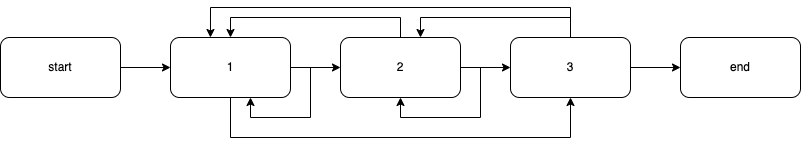
Before: dfa.png, a diagram exported from draw.io (songzhibin97/dfa). Source tidied: cells renumbered, new cells last; positions are measured from the earlier drawing's top-left corner, leaving out a move shared by most shapes. Its diagram source:
```xml
<mxGraphModel>
  <root>
    <mxCell id="0" />
    <mxCell id="1" parent="0" />
    <mxCell id="2" style="edgeStyle=orthogonalEdgeStyle;rounded=0;jettySize=auto;html=1;entryX=0;entryY=0.5;entryDx=0;entryDy=0;" parent="1" edge="1" source="3" target="6">
      <mxGeometry relative="1" as="geometry" />
    </mxCell>
    <mxCell id="3" value="start" style="rounded=1;whiteSpace=wrap;html=1;" parent="1" vertex="1">
      <mxGeometry y="30" width="120" height="60" as="geometry" />
    </mxCell>
    <mxCell id="4" style="edgeStyle=orthogonalEdgeStyle;rounded=0;jettySize=auto;html=1;exitX=1;exitY=0.5;exitDx=0;exitDy=0;" parent="1" edge="1" source="6" target="10">
      <mxGeometry relative="1" as="geometry" />
    </mxCell>
    <mxCell id="5" style="edgeStyle=orthogonalEdgeStyle;rounded=0;jettySize=auto;html=1;entryX=0.5;entryY=1;entryDx=0;entryDy=0;" parent="1" edge="1" source="6" target="14">
      <mxGeometry relative="1" as="geometry">
        <Array as="points">
          <mxPoint x="230" y="130" />
          <mxPoint x="570" y="130" />
        </Array>
      </mxGeometry>
    </mxCell>
    <mxCell id="6" value="1" style="rounded=1;whiteSpace=wrap;html=1;" parent="1" vertex="1">
      <mxGeometry x="170" y="30" width="120" height="60" as="geometry" />
    </mxCell>
    <mxCell id="7" style="edgeStyle=orthogonalEdgeStyle;rounded=0;jettySize=auto;html=1;exitX=1;exitY=0.5;exitDx=0;exitDy=0;entryX=0;entryY=0.5;entryDx=0;entryDy=0;" parent="1" edge="1" source="10" target="14">
      <mxGeometry relative="1" as="geometry" />
    </mxCell>
    <mxCell id="8" style="edgeStyle=orthogonalEdgeStyle;rounded=0;jettySize=auto;html=1;entryX=0.5;entryY=0;entryDx=0;entryDy=0;" parent="1" edge="1" source="10" target="6">
      <mxGeometry relative="1" as="geometry">
        <Array as="points">
          <mxPoint x="400" y="10" />
          <mxPoint x="230" y="10" />
        </Array>
      </mxGeometry>
    </mxCell>
    <mxCell id="9" style="edgeStyle=orthogonalEdgeStyle;rounded=0;orthogonalLoop=1;jettySize=auto;html=1;" parent="1" edge="1" source="10" target="10">
      <mxGeometry relative="1" as="geometry">
        <Array as="points">
          <mxPoint x="480" y="60" />
          <mxPoint x="480" y="110" />
          <mxPoint x="400" y="110" />
        </Array>
      </mxGeometry>
    </mxCell>
    <mxCell id="10" value="2" style="rounded=1;whiteSpace=wrap;html=1;" parent="1" vertex="1">
      <mxGeometry x="340" y="30" width="120" height="60" as="geometry" />
    </mxCell>
    <mxCell id="11" style="edgeStyle=orthogonalEdgeStyle;rounded=0;jettySize=auto;html=1;" parent="1" edge="1" source="14" target="15">
      <mxGeometry relative="1" as="geometry" />
    </mxCell>
    <mxCell id="12" style="edgeStyle=orthogonalEdgeStyle;rounded=0;jettySize=auto;html=1;entryX=0.333;entryY=0;entryDx=0;entryDy=0;entryPerimeter=0;" parent="1" edge="1" source="14" target="6">
      <mxGeometry relative="1" as="geometry">
        <Array as="points">
          <mxPoint x="570" />
          <mxPoint x="210" />
        </Array>
      </mxGeometry>
    </mxCell>
    <mxCell id="13" style="edgeStyle=orthogonalEdgeStyle;rounded=0;jettySize=auto;html=1;exitX=0.5;exitY=0;exitDx=0;exitDy=0;" parent="1" edge="1" source="14" target="10">
      <mxGeometry relative="1" as="geometry">
        <Array as="points">
          <mxPoint x="570" y="10" />
          <mxPoint x="420" y="10" />
        </Array>
      </mxGeometry>
    </mxCell>
    <mxCell id="14" value="3" style="rounded=1;whiteSpace=wrap;html=1;" parent="1" vertex="1">
      <mxGeometry x="510" y="30" width="120" height="60" as="geometry" />
    </mxCell>
    <mxCell id="15" value="end" style="rounded=1;whiteSpace=wrap;html=1;" parent="1" vertex="1">
      <mxGeometry x="680" y="30" width="120" height="60" as="geometry" />
    </mxCell>
    <mxCell id="16" style="edgeStyle=orthogonalEdgeStyle;rounded=0;orthogonalLoop=1;jettySize=auto;html=1;exitX=1;exitY=0.5;exitDx=0;exitDy=0;" parent="1" edge="1" source="6" target="6">
      <mxGeometry relative="1" as="geometry">
        <Array as="points">
          <mxPoint x="310" y="60" />
          <mxPoint x="310" y="110" />
          <mxPoint x="250" y="110" />
        </Array>
      </mxGeometry>
    </mxCell>
  </root>
</mxGraphModel>
```
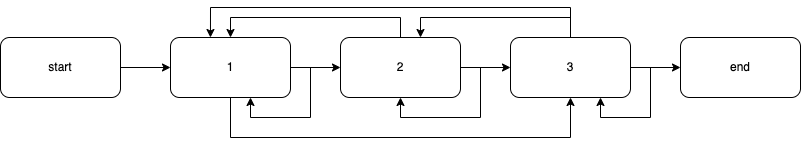
After the change.

Diff of the diagram source:
```diff
@@ -79,5 +79,8 @@
         </Array>
       </mxGeometry>
     </mxCell>
+    <mxCell id="17" style="edgeStyle=orthogonalEdgeStyle;rounded=0;orthogonalLoop=1;jettySize=auto;html=1;exitX=1;exitY=0.5;exitDx=0;exitDy=0;entryX=0.75;entryY=1;entryDx=0;entryDy=0;" parent="1" edge="1" source="14" target="14">
+      <mxGeometry relative="1" as="geometry" />
+    </mxCell>
   </root>
 </mxGraphModel>
```
